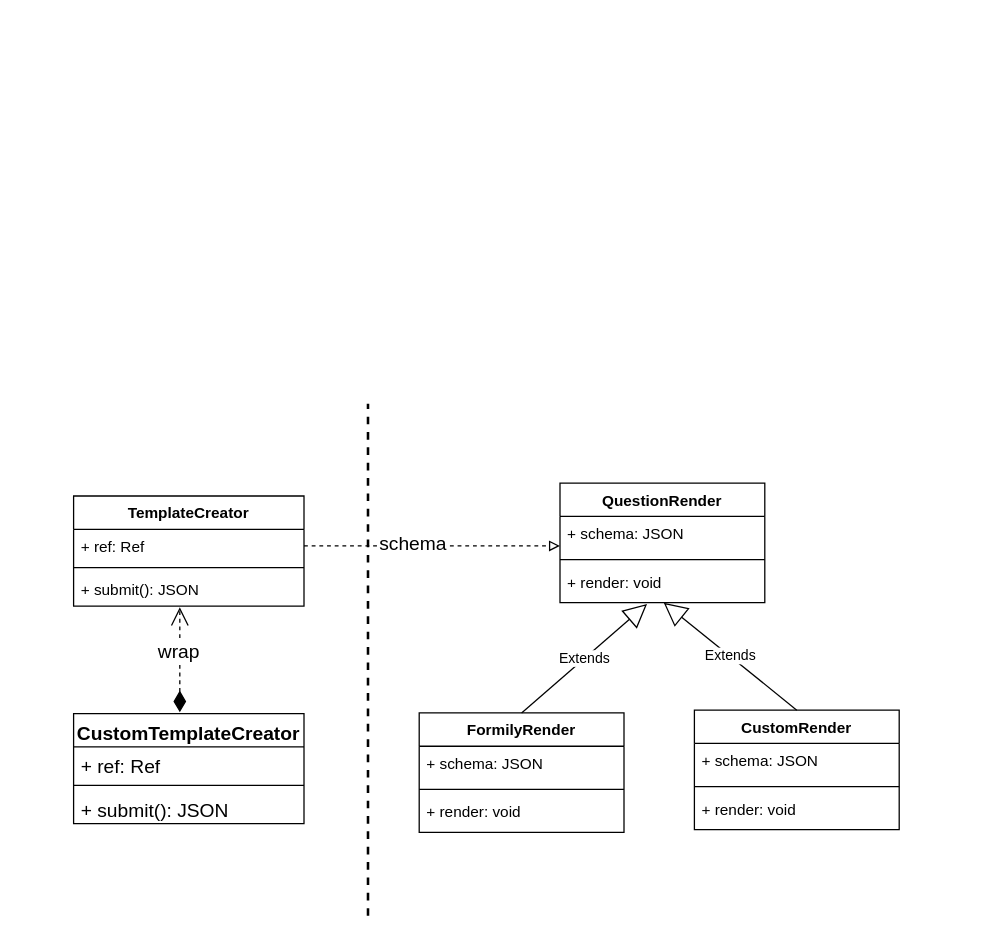
The draw.io diagram Questionnaire.drawio in shuangquanhuang/drawio, before the edit. Source tidied: cells renumbered, new cells numbered last; positions are measured from the earlier drawing's top-left corner, leaving out a move shared by most shapes. Both pictures are drawn from the tidied source at 128%, with x=0, y=0 at pixel (73, 403).
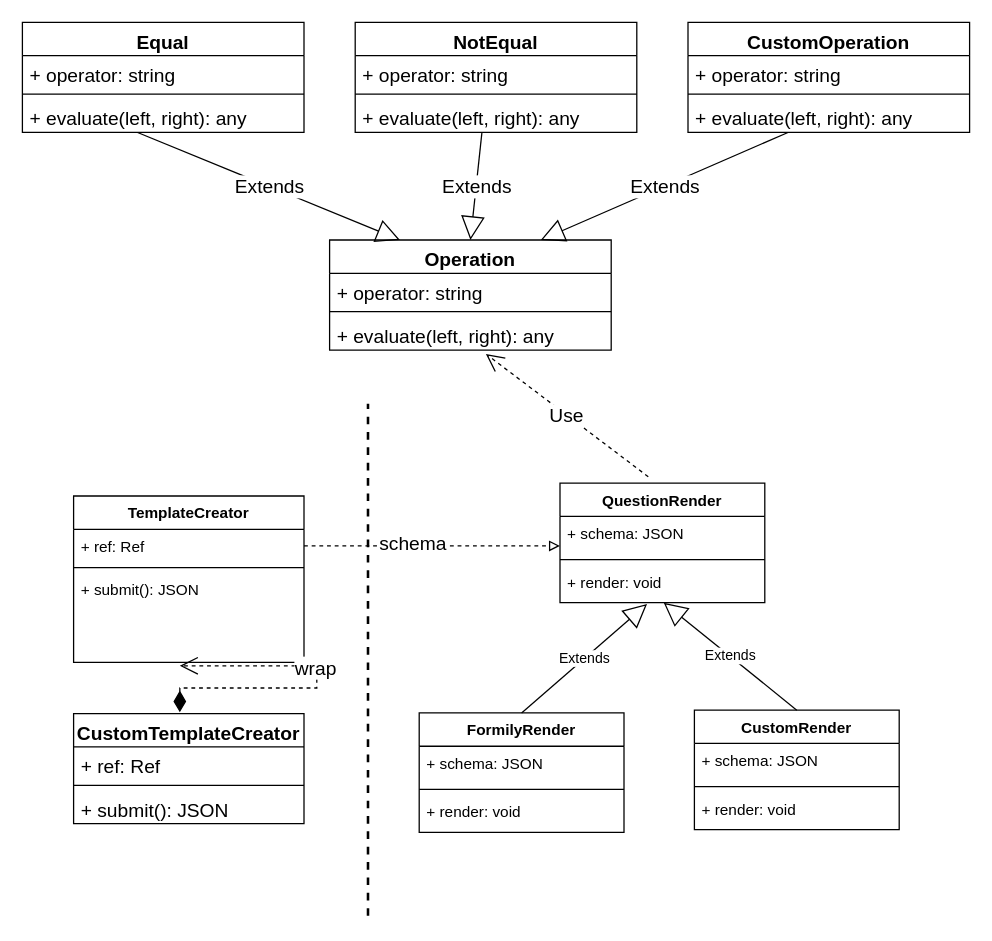
After the change.

Unchanged cells that the change refers to:
```xml
<mxCell id="8" value="QuestionRender" style="swimlane;fontStyle=1;align=center;verticalAlign=top;horizontal=1;startSize=26;" parent="7" vertex="1">
  <mxGeometry x="110" width="160" height="93.3" as="geometry" />
</mxCell>
```

Change to the diagram source:
```diff
@@
     <mxCell id="3" value="TemplateCreator" style="swimlane;fontStyle=1;align=center;verticalAlign=top;horizontal=1;startSize=26;" parent="1" vertex="1">
-      <mxGeometry y="72" width="180" height="86" as="geometry" />
+      <mxGeometry y="72" width="180" height="130" as="geometry" />
     </mxCell>
@@
     <mxCell id="6" value="+ submit(): JSON" style="text;strokeColor=none;fillColor=none;align=left;verticalAlign=top;spacingLeft=4;spacingRight=4;overflow=hidden;points=[[0,0.5],[1,0.5]];portConstraint=eastwest;" parent="3" vertex="1">
-      <mxGeometry y="60" width="180" height="26" as="geometry" />
+      <mxGeometry y="60" width="180" height="70" as="geometry" />
     </mxCell>
@@
+    <mxCell id="30" value="Operation" style="swimlane;fontStyle=1;align=center;verticalAlign=top;horizontal=1;startSize=26;fontSize=15;" parent="1" vertex="1">
+      <mxGeometry x="200" y="-128" width="220" height="86" as="geometry" />
+    </mxCell>
+    <mxCell id="31" value="+ operator: string" style="text;strokeColor=none;fillColor=none;align=left;verticalAlign=top;spacingLeft=4;spacingRight=4;overflow=hidden;fontSize=15;" parent="30" vertex="1">
+      <mxGeometry y="26" width="220" height="26" as="geometry" />
+    </mxCell>
+    <mxCell id="32" style="line;strokeWidth=1;fillColor=none;align=left;verticalAlign=middle;spacingTop=-1;spacingLeft=3;spacingRight=3;labelPosition=right;fontSize=15;" parent="30" vertex="1">
+      <mxGeometry y="52" width="220" height="8" as="geometry" />
+    </mxCell>
+    <mxCell id="33" value="+ evaluate(left, right): any" style="text;strokeColor=none;fillColor=none;align=left;verticalAlign=top;spacingLeft=4;spacingRight=4;overflow=hidden;points=[[0,0.5],[1,0.5]];portConstraint=eastwest;fontSize=15;" parent="30" vertex="1">
+      <mxGeometry y="60" width="220" height="26" as="geometry" />
+    </mxCell>
+    <mxCell id="34" value="Equal" style="swimlane;fontStyle=1;align=center;verticalAlign=top;horizontal=1;startSize=26;fontSize=15;" parent="1" vertex="1">
+      <mxGeometry x="-40" y="-298" width="220" height="86" as="geometry" />
+    </mxCell>
+    <mxCell id="35" value="+ operator: string" style="text;strokeColor=none;fillColor=none;align=left;verticalAlign=top;spacingLeft=4;spacingRight=4;overflow=hidden;fontSize=15;" parent="34" vertex="1">
+      <mxGeometry y="26" width="220" height="26" as="geometry" />
+    </mxCell>
+    <mxCell id="36" style="line;strokeWidth=1;fillColor=none;align=left;verticalAlign=middle;spacingTop=-1;spacingLeft=3;spacingRight=3;labelPosition=right;fontSize=15;" parent="34" vertex="1">
+      <mxGeometry y="52" width="220" height="8" as="geometry" />
+    </mxCell>
+    <mxCell id="37" value="+ evaluate(left, right): any" style="text;strokeColor=none;fillColor=none;align=left;verticalAlign=top;spacingLeft=4;spacingRight=4;overflow=hidden;fontSize=15;" parent="34" vertex="1">
+      <mxGeometry y="60" width="220" height="26" as="geometry" />
+    </mxCell>
+    <mxCell id="38" value="NotEqual" style="swimlane;fontStyle=1;align=center;verticalAlign=top;horizontal=1;startSize=26;fontSize=15;" parent="1" vertex="1">
+      <mxGeometry x="220" y="-298" width="220" height="86" as="geometry" />
+    </mxCell>
+    <mxCell id="39" value="+ operator: string" style="text;strokeColor=none;fillColor=none;align=left;verticalAlign=top;spacingLeft=4;spacingRight=4;overflow=hidden;fontSize=15;" parent="38" vertex="1">
+      <mxGeometry y="26" width="220" height="26" as="geometry" />
+    </mxCell>
+    <mxCell id="40" style="line;strokeWidth=1;fillColor=none;align=left;verticalAlign=middle;spacingTop=-1;spacingLeft=3;spacingRight=3;labelPosition=right;fontSize=15;" parent="38" vertex="1">
+      <mxGeometry y="52" width="220" height="8" as="geometry" />
+    </mxCell>
+    <mxCell id="41" value="+ evaluate(left, right): any" style="text;strokeColor=none;fillColor=none;align=left;verticalAlign=top;spacingLeft=4;spacingRight=4;overflow=hidden;points=[[0,0.5],[1,0.5]];portConstraint=eastwest;fontSize=15;" parent="38" vertex="1">
+      <mxGeometry y="60" width="220" height="26" as="geometry" />
+    </mxCell>
+    <mxCell id="42" value="CustomOperation" style="swimlane;fontStyle=1;align=center;verticalAlign=top;horizontal=1;startSize=26;fontSize=15;" parent="1" vertex="1">
+      <mxGeometry x="480" y="-298" width="220" height="86" as="geometry" />
+    </mxCell>
+    <mxCell id="43" value="+ operator: string" style="text;strokeColor=none;fillColor=none;align=left;verticalAlign=top;spacingLeft=4;spacingRight=4;overflow=hidden;fontSize=15;" parent="42" vertex="1">
+      <mxGeometry y="26" width="220" height="26" as="geometry" />
+    </mxCell>
+    <mxCell id="44" style="line;strokeWidth=1;fillColor=none;align=left;verticalAlign=middle;spacingTop=-1;spacingLeft=3;spacingRight=3;labelPosition=right;fontSize=15;" parent="42" vertex="1">
+      <mxGeometry y="52" width="220" height="8" as="geometry" />
+    </mxCell>
+    <mxCell id="45" value="+ evaluate(left, right): any" style="text;strokeColor=none;fillColor=none;align=left;verticalAlign=top;spacingLeft=4;spacingRight=4;overflow=hidden;points=[[0,0.5],[1,0.5]];portConstraint=eastwest;fontSize=15;" parent="42" vertex="1">
+      <mxGeometry y="60" width="220" height="26" as="geometry" />
+    </mxCell>
+    <mxCell id="46" value="Extends" style="endArrow=block;endSize=16;endFill=0;html=1;rounded=0;fontSize=15;entryX=0.25;entryY=0;entryDx=0;entryDy=0;" parent="1" edge="1" target="30">
+      <mxGeometry relative="1" as="geometry">
+        <mxPoint x="50" y="-212" as="sourcePoint" />
+      </mxGeometry>
+    </mxCell>
+    <mxCell id="47" value="Extends" style="endArrow=block;endSize=16;endFill=0;html=1;rounded=0;fontSize=15;exitX=0.45;exitY=1;exitDx=0;exitDy=0;exitPerimeter=0;entryX=0.5;entryY=0;entryDx=0;entryDy=0;" parent="1" edge="1" source="41" target="30">
+      <mxGeometry relative="1" as="geometry" />
+    </mxCell>
+    <mxCell id="48" value="Extends" style="endArrow=block;endSize=16;endFill=0;html=1;rounded=0;fontSize=15;exitX=0.355;exitY=1;exitDx=0;exitDy=0;exitPerimeter=0;entryX=0.75;entryY=0;entryDx=0;entryDy=0;" parent="1" edge="1" source="45" target="30">
+      <mxGeometry relative="1" as="geometry" />
+    </mxCell>
+    <mxCell id="49" value="Use" style="endArrow=open;endSize=12;dashed=1;html=1;rounded=0;fontSize=15;entryX=0.555;entryY=1.115;entryDx=0;entryDy=0;entryPerimeter=0;exitX=0.431;exitY=-0.054;exitDx=0;exitDy=0;exitPerimeter=0;" parent="1" edge="1" source="8" target="33">
+      <mxGeometry relative="1" as="geometry" />
+    </mxCell>
```
